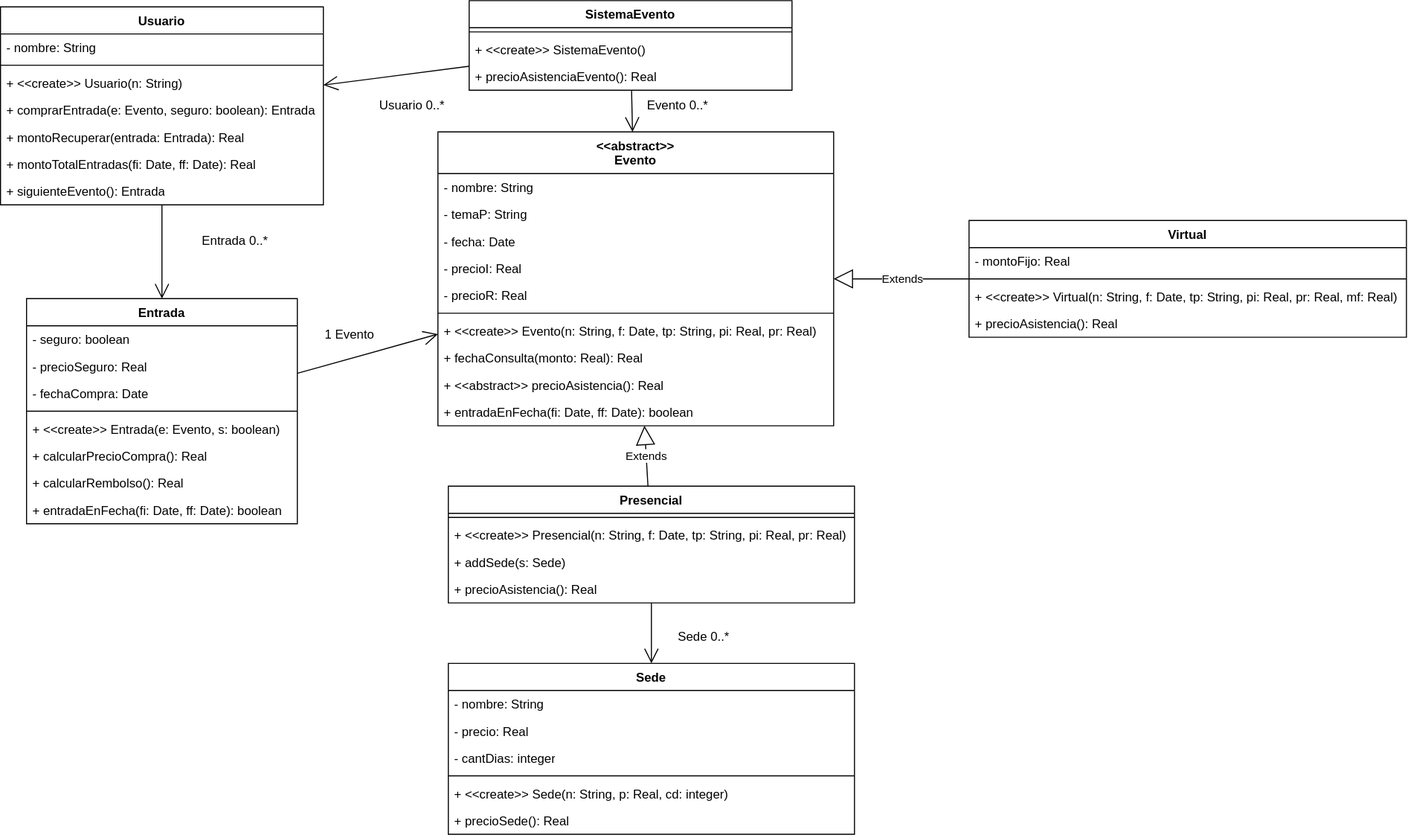
The draw.io diagram Segundo_Año/Segundo_Semestre/OO1/Parciales/ParcialesCursada/PrimerParcialCursada/UML.drawio.svg in LRondinelli04/Licenciatura-en-Sistemas_APU, before a commit. Source tidied: cells renumbered, new cells last; positions are measured from the earlier drawing's top-left corner, leaving out a move shared by most shapes.
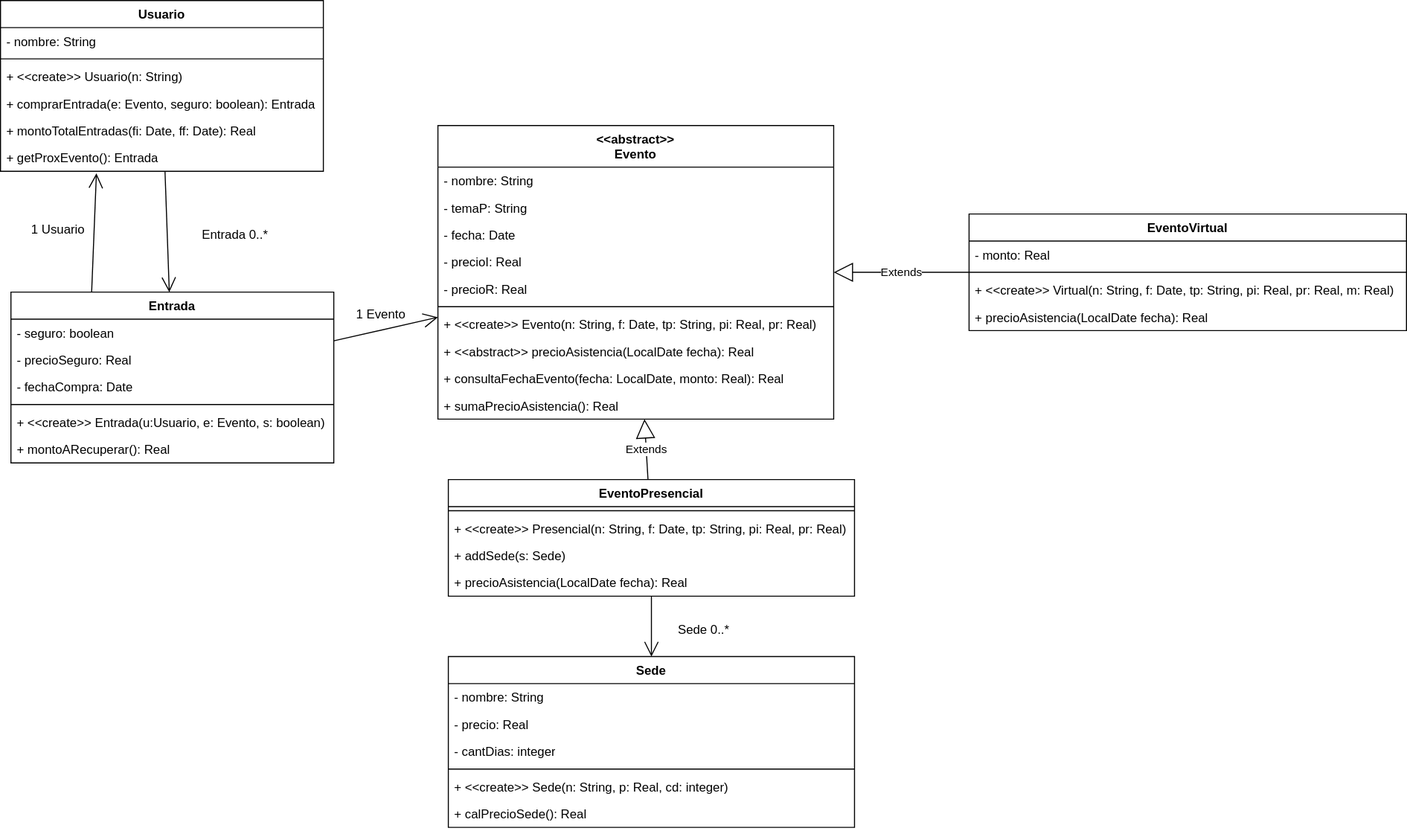
Above is the later version.

The edit, as a diff of the source:
```diff
@@ -2,20 +2,8 @@
   <root>
     <mxCell id="0" />
     <mxCell id="1" parent="0" />
-    <mxCell id="2" value="SistemaEvento" style="swimlane;fontStyle=1;align=center;verticalAlign=top;horizontal=1;startSize=26;whiteSpace=wrap;html=1;" parent="1" vertex="1">
-      <mxGeometry x="450" width="310" height="86" as="geometry" />
-    </mxCell>
-    <mxCell id="3" style="line;strokeWidth=1;fillColor=none;align=left;verticalAlign=middle;spacingTop=-1;spacingLeft=3;spacingRight=3;labelPosition=right;strokeColor=inherit;" parent="2" vertex="1">
-      <mxGeometry y="26" width="310" height="8" as="geometry" />
-    </mxCell>
-    <mxCell id="4" value="+ &amp;lt;&amp;lt;create&amp;gt;&amp;gt; SistemaEvento()" style="text;strokeColor=none;fillColor=none;align=left;verticalAlign=top;spacingLeft=4;spacingRight=4;overflow=hidden;whiteSpace=wrap;html=1;" parent="2" vertex="1">
-      <mxGeometry y="34" width="310" height="26" as="geometry" />
-    </mxCell>
-    <mxCell id="5" value="+ precioAsistenciaEvento(): Real" style="text;strokeColor=none;fillColor=none;align=left;verticalAlign=top;spacingLeft=4;spacingRight=4;overflow=hidden;whiteSpace=wrap;html=1;" parent="2" vertex="1">
-      <mxGeometry y="60" width="310" height="26" as="geometry" />
-    </mxCell>
     <mxCell id="6" value="Usuario" style="swimlane;fontStyle=1;align=center;verticalAlign=top;horizontal=1;startSize=26;whiteSpace=wrap;html=1;" parent="1" vertex="1">
-      <mxGeometry y="6" width="310" height="190" as="geometry" />
+      <mxGeometry y="6" width="310" height="164" as="geometry" />
     </mxCell>
     <mxCell id="7" value="- nombre: String" style="text;strokeColor=none;fillColor=none;align=left;verticalAlign=top;spacingLeft=4;spacingRight=4;overflow=hidden;whiteSpace=wrap;html=1;" parent="6" vertex="1">
       <mxGeometry y="26" width="310" height="26" as="geometry" />
@@ -29,21 +17,12 @@
     <mxCell id="10" value="+ comprarEntrada(e: Evento, seguro: boolean): Entrada" style="text;strokeColor=none;fillColor=none;align=left;verticalAlign=top;spacingLeft=4;spacingRight=4;overflow=hidden;whiteSpace=wrap;html=1;" parent="6" vertex="1">
       <mxGeometry y="86" width="310" height="26" as="geometry" />
     </mxCell>
-    <mxCell id="11" value="+ montoRecuperar(entrada: Entrada): Real" style="text;strokeColor=none;fillColor=none;align=left;verticalAlign=top;spacingLeft=4;spacingRight=4;overflow=hidden;whiteSpace=wrap;html=1;" parent="6" vertex="1">
-      <mxGeometry y="112" width="310" height="26" as="geometry" />
-    </mxCell>
     <mxCell id="12" value="+ montoTotalEntradas(fi: Date, ff: Date): Real" style="text;strokeColor=none;fillColor=none;align=left;verticalAlign=top;spacingLeft=4;spacingRight=4;overflow=hidden;whiteSpace=wrap;html=1;" parent="6" vertex="1">
-      <mxGeometry y="138" width="310" height="26" as="geometry" />
+      <mxGeometry y="112" width="310" height="26" as="geometry" />
     </mxCell>
-    <mxCell id="13" value="+ siguienteEvento(): Entrada" style="text;strokeColor=none;fillColor=none;align=left;verticalAlign=top;spacingLeft=4;spacingRight=4;overflow=hidden;points=[[0,0.5],[1,0.5]];portConstraint=eastwest;whiteSpace=wrap;html=1;" parent="6" vertex="1">
-      <mxGeometry y="164" width="310" height="26" as="geometry" />
+    <mxCell id="13" value="+ getProxEvento(): Entrada" style="text;strokeColor=none;fillColor=none;align=left;verticalAlign=top;spacingLeft=4;spacingRight=4;overflow=hidden;points=[[0,0.5],[1,0.5]];portConstraint=eastwest;whiteSpace=wrap;html=1;" parent="6" vertex="1">
+      <mxGeometry y="138" width="310" height="26" as="geometry" />
     </mxCell>
-    <mxCell id="14" style="endArrow=open;endFill=1;endSize=12;html=1;rounded=0;" parent="1" edge="1" source="2" target="6">
-      <mxGeometry relative="1" as="geometry" />
-    </mxCell>
-    <mxCell id="15" value="Usuario 0..*" style="text;html=1;align=center;verticalAlign=middle;strokeColor=none;fillColor=none;" parent="1" vertex="1">
-      <mxGeometry x="350" y="86" width="90" height="30" as="geometry" />
-    </mxCell>
     <mxCell id="16" style="endArrow=open;endFill=1;endSize=12;html=1;rounded=0;" parent="1" edge="1" source="6" target="18">
       <mxGeometry relative="1" as="geometry" />
     </mxCell>
@@ -51,37 +30,31 @@
       <mxGeometry x="180" y="216" width="90" height="30" as="geometry" />
     </mxCell>
     <mxCell id="18" value="Entrada" style="swimlane;fontStyle=1;align=center;verticalAlign=top;horizontal=1;startSize=26;whiteSpace=wrap;html=1;" parent="1" vertex="1">
-      <mxGeometry x="25" y="286" width="260" height="216" as="geometry" />
+      <mxGeometry x="10" y="286" width="310" height="164" as="geometry" />
     </mxCell>
     <mxCell id="19" value="- seguro: boolean" style="text;strokeColor=none;fillColor=none;align=left;verticalAlign=top;spacingLeft=4;spacingRight=4;overflow=hidden;whiteSpace=wrap;html=1;" parent="18" vertex="1">
-      <mxGeometry y="26" width="260" height="26" as="geometry" />
+      <mxGeometry y="26" width="310" height="26" as="geometry" />
     </mxCell>
     <mxCell id="20" value="- precioSeguro: Real" style="text;strokeColor=none;fillColor=none;align=left;verticalAlign=top;spacingLeft=4;spacingRight=4;overflow=hidden;whiteSpace=wrap;html=1;" parent="18" vertex="1">
-      <mxGeometry y="52" width="260" height="26" as="geometry" />
+      <mxGeometry y="52" width="310" height="26" as="geometry" />
     </mxCell>
     <mxCell id="21" value="- fechaCompra: Date" style="text;strokeColor=none;fillColor=none;align=left;verticalAlign=top;spacingLeft=4;spacingRight=4;overflow=hidden;whiteSpace=wrap;html=1;" parent="18" vertex="1">
-      <mxGeometry y="78" width="260" height="26" as="geometry" />
+      <mxGeometry y="78" width="310" height="26" as="geometry" />
     </mxCell>
     <mxCell id="22" style="line;strokeWidth=1;fillColor=none;align=left;verticalAlign=middle;spacingTop=-1;spacingLeft=3;spacingRight=3;labelPosition=right;strokeColor=inherit;" parent="18" vertex="1">
-      <mxGeometry y="104" width="260" height="8" as="geometry" />
+      <mxGeometry y="104" width="310" height="8" as="geometry" />
     </mxCell>
-    <mxCell id="23" value="+ &amp;lt;&amp;lt;create&amp;gt;&amp;gt; Entrada(e: Evento, s: boolean)" style="text;strokeColor=none;fillColor=none;align=left;verticalAlign=top;spacingLeft=4;spacingRight=4;overflow=hidden;whiteSpace=wrap;html=1;" parent="18" vertex="1">
-      <mxGeometry y="112" width="260" height="26" as="geometry" />
+    <mxCell id="23" value="+ &amp;lt;&amp;lt;create&amp;gt;&amp;gt; Entrada(u:Usuario, e: Evento, s: boolean)" style="text;strokeColor=none;fillColor=none;align=left;verticalAlign=top;spacingLeft=4;spacingRight=4;overflow=hidden;whiteSpace=wrap;html=1;" parent="18" vertex="1">
+      <mxGeometry y="112" width="310" height="26" as="geometry" />
     </mxCell>
-    <mxCell id="24" value="+ calcularPrecioCompra(): Real" style="text;strokeColor=none;fillColor=none;align=left;verticalAlign=top;spacingLeft=4;spacingRight=4;overflow=hidden;whiteSpace=wrap;html=1;" parent="18" vertex="1">
-      <mxGeometry y="138" width="260" height="26" as="geometry" />
-    </mxCell>
-    <mxCell id="25" value="+ calcularRembolso(): Real" style="text;strokeColor=none;fillColor=none;align=left;verticalAlign=top;spacingLeft=4;spacingRight=4;overflow=hidden;whiteSpace=wrap;html=1;" parent="18" vertex="1">
-      <mxGeometry y="164" width="260" height="26" as="geometry" />
-    </mxCell>
-    <mxCell id="26" value="+ entradaEnFecha(fi: Date, ff: Date): boolean" style="text;strokeColor=none;fillColor=none;align=left;verticalAlign=top;spacingLeft=4;spacingRight=4;overflow=hidden;whiteSpace=wrap;html=1;" parent="18" vertex="1">
-      <mxGeometry y="190" width="260" height="26" as="geometry" />
+    <mxCell id="26" value="+ montoARecuperar(): Real" style="text;strokeColor=none;fillColor=none;align=left;verticalAlign=top;spacingLeft=4;spacingRight=4;overflow=hidden;whiteSpace=wrap;html=1;" parent="18" vertex="1">
+      <mxGeometry y="138" width="310" height="26" as="geometry" />
     </mxCell>
     <mxCell id="27" style="endArrow=open;endFill=1;endSize=12;html=1;rounded=0;" parent="1" edge="1" source="18" target="29">
       <mxGeometry relative="1" as="geometry" />
     </mxCell>
     <mxCell id="28" value="1 Evento" style="text;html=1;align=center;verticalAlign=middle;strokeColor=none;fillColor=none;" parent="1" vertex="1">
-      <mxGeometry x="300" y="306" width="70" height="30" as="geometry" />
+      <mxGeometry x="330" y="293" width="70" height="30" as="geometry" />
     </mxCell>
     <mxCell id="29" value="&lt;div&gt;&amp;lt;&amp;lt;abstract&amp;gt;&amp;gt;&lt;/div&gt;Evento" style="swimlane;fontStyle=1;align=center;verticalAlign=top;horizontal=1;startSize=40;whiteSpace=wrap;html=1;" parent="1" vertex="1">
       <mxGeometry x="420" y="126" width="380" height="282" as="geometry" />
@@ -107,25 +80,19 @@
     <mxCell id="36" value="+ &amp;lt;&amp;lt;create&amp;gt;&amp;gt; Evento(n: String, f: Date, tp: String, pi: Real, pr: Real)" style="text;strokeColor=none;fillColor=none;align=left;verticalAlign=top;spacingLeft=4;spacingRight=4;overflow=hidden;whiteSpace=wrap;html=1;" parent="29" vertex="1">
       <mxGeometry y="178" width="380" height="26" as="geometry" />
     </mxCell>
+    <mxCell id="38" value="+ &amp;lt;&amp;lt;abstract&amp;gt;&amp;gt; precioAsistencia(LocalDate fecha): Real" style="text;strokeColor=none;fillColor=none;align=left;verticalAlign=top;spacingLeft=4;spacingRight=4;overflow=hidden;whiteSpace=wrap;html=1;" parent="29" vertex="1">
+      <mxGeometry y="204" width="380" height="26" as="geometry" />
+    </mxCell>
-    <mxCell id="37" value="+ fechaConsulta(monto: Real): Real" style="text;strokeColor=none;fillColor=none;align=left;verticalAlign=top;spacingLeft=4;spacingRight=4;overflow=hidden;whiteSpace=wrap;html=1;" parent="29" vertex="1">
-      <mxGeometry y="204" width="380" height="26" as="geometry" />
+    <mxCell id="37" value="+ consultaFechaEvento(fecha: LocalDate, monto: Real): Real" style="text;strokeColor=none;fillColor=none;align=left;verticalAlign=top;spacingLeft=4;spacingRight=4;overflow=hidden;whiteSpace=wrap;html=1;" parent="29" vertex="1">
+      <mxGeometry y="230" width="380" height="26" as="geometry" />
     </mxCell>
-    <mxCell id="38" value="+ &amp;lt;&amp;lt;abstract&amp;gt;&amp;gt; precioAsistencia(): Real" style="text;strokeColor=none;fillColor=none;align=left;verticalAlign=top;spacingLeft=4;spacingRight=4;overflow=hidden;whiteSpace=wrap;html=1;" parent="29" vertex="1">
-      <mxGeometry y="230" width="380" height="26" as="geometry" />
-    </mxCell>
-    <mxCell id="39" value="+ entradaEnFecha(fi: Date, ff: Date): boolean" style="text;strokeColor=none;fillColor=none;align=left;verticalAlign=top;spacingLeft=4;spacingRight=4;overflow=hidden;whiteSpace=wrap;html=1;" parent="29" vertex="1">
+    <mxCell id="39" value="+ sumaPrecioAsistencia(): Real" style="text;strokeColor=none;fillColor=none;align=left;verticalAlign=top;spacingLeft=4;spacingRight=4;overflow=hidden;whiteSpace=wrap;html=1;" parent="29" vertex="1">
       <mxGeometry y="256" width="380" height="26" as="geometry" />
     </mxCell>
-    <mxCell id="40" style="endArrow=open;endFill=1;endSize=12;html=1;rounded=0;" parent="1" edge="1" source="2" target="29">
-      <mxGeometry relative="1" as="geometry" />
-    </mxCell>
-    <mxCell id="41" value="Evento 0..*" style="text;html=1;align=center;verticalAlign=middle;strokeColor=none;fillColor=none;" parent="1" vertex="1">
-      <mxGeometry x="610" y="86" width="80" height="30" as="geometry" />
-    </mxCell>
     <mxCell id="42" value="Extends" style="endArrow=block;endSize=16;endFill=0;html=1;rounded=0;" parent="1" edge="1" source="43" target="29">
       <mxGeometry relative="1" as="geometry" />
     </mxCell>
-    <mxCell id="43" value="Presencial" style="swimlane;fontStyle=1;align=center;verticalAlign=top;horizontal=1;startSize=26;whiteSpace=wrap;html=1;" parent="1" vertex="1">
+    <mxCell id="43" value="EventoPresencial" style="swimlane;fontStyle=1;align=center;verticalAlign=top;horizontal=1;startSize=26;whiteSpace=wrap;html=1;" parent="1" vertex="1">
       <mxGeometry x="430" y="466" width="390" height="112" as="geometry" />
     </mxCell>
     <mxCell id="44" style="line;strokeWidth=1;fillColor=none;align=left;verticalAlign=middle;spacingTop=-1;spacingLeft=3;spacingRight=3;labelPosition=right;strokeColor=inherit;" parent="43" vertex="1">
@@ -137,22 +104,22 @@
     <mxCell id="46" value="+ addSede(s: Sede)" style="text;strokeColor=none;fillColor=none;align=left;verticalAlign=top;spacingLeft=4;spacingRight=4;overflow=hidden;whiteSpace=wrap;html=1;" parent="43" vertex="1">
       <mxGeometry y="60" width="390" height="26" as="geometry" />
     </mxCell>
-    <mxCell id="47" value="+ precioAsistencia(): Real" style="text;strokeColor=none;fillColor=none;align=left;verticalAlign=top;spacingLeft=4;spacingRight=4;overflow=hidden;whiteSpace=wrap;html=1;" parent="43" vertex="1">
+    <mxCell id="47" value="+ precioAsistencia(LocalDate fecha): Real" style="text;strokeColor=none;fillColor=none;align=left;verticalAlign=top;spacingLeft=4;spacingRight=4;overflow=hidden;whiteSpace=wrap;html=1;" parent="43" vertex="1">
       <mxGeometry y="86" width="390" height="26" as="geometry" />
     </mxCell>
-    <mxCell id="48" value="Virtual" style="swimlane;fontStyle=1;align=center;verticalAlign=top;horizontal=1;startSize=26;whiteSpace=wrap;html=1;" parent="1" vertex="1">
+    <mxCell id="48" value="EventoVirtual" style="swimlane;fontStyle=1;align=center;verticalAlign=top;horizontal=1;startSize=26;whiteSpace=wrap;html=1;" parent="1" vertex="1">
       <mxGeometry x="930" y="211" width="420" height="112" as="geometry" />
     </mxCell>
-    <mxCell id="49" value="- montoFijo: Real" style="text;strokeColor=none;fillColor=none;align=left;verticalAlign=top;spacingLeft=4;spacingRight=4;overflow=hidden;whiteSpace=wrap;html=1;" parent="48" vertex="1">
+    <mxCell id="49" value="- monto: Real" style="text;strokeColor=none;fillColor=none;align=left;verticalAlign=top;spacingLeft=4;spacingRight=4;overflow=hidden;whiteSpace=wrap;html=1;" parent="48" vertex="1">
       <mxGeometry y="26" width="420" height="26" as="geometry" />
     </mxCell>
     <mxCell id="50" style="line;strokeWidth=1;fillColor=none;align=left;verticalAlign=middle;spacingTop=-1;spacingLeft=3;spacingRight=3;labelPosition=right;strokeColor=inherit;" parent="48" vertex="1">
       <mxGeometry y="52" width="420" height="8" as="geometry" />
     </mxCell>
-    <mxCell id="51" value="+ &amp;lt;&amp;lt;create&amp;gt;&amp;gt; Virtual(n: String, f: Date, tp: String, pi: Real, pr: Real, mf: Real)" style="text;strokeColor=none;fillColor=none;align=left;verticalAlign=top;spacingLeft=4;spacingRight=4;overflow=hidden;whiteSpace=wrap;html=1;" parent="48" vertex="1">
+    <mxCell id="51" value="+ &amp;lt;&amp;lt;create&amp;gt;&amp;gt; Virtual(n: String, f: Date, tp: String, pi: Real, pr: Real, m: Real)" style="text;strokeColor=none;fillColor=none;align=left;verticalAlign=top;spacingLeft=4;spacingRight=4;overflow=hidden;whiteSpace=wrap;html=1;" parent="48" vertex="1">
       <mxGeometry y="60" width="420" height="26" as="geometry" />
     </mxCell>
-    <mxCell id="52" value="+ precioAsistencia(): Real" style="text;strokeColor=none;fillColor=none;align=left;verticalAlign=top;spacingLeft=4;spacingRight=4;overflow=hidden;whiteSpace=wrap;html=1;" parent="48" vertex="1">
+    <mxCell id="52" value="+ precioAsistencia(LocalDate fecha): Real" style="text;strokeColor=none;fillColor=none;align=left;verticalAlign=top;spacingLeft=4;spacingRight=4;overflow=hidden;whiteSpace=wrap;html=1;" parent="48" vertex="1">
       <mxGeometry y="86" width="420" height="26" as="geometry" />
     </mxCell>
     <mxCell id="53" value="Extends" style="endArrow=block;endSize=16;endFill=0;html=1;rounded=0;" parent="1" edge="1" source="48" target="29">
@@ -182,8 +149,14 @@
     <mxCell id="61" value="+ &amp;lt;&amp;lt;create&amp;gt;&amp;gt; Sede(n: String, p: Real, cd: integer)" style="text;strokeColor=none;fillColor=none;align=left;verticalAlign=top;spacingLeft=4;spacingRight=4;overflow=hidden;whiteSpace=wrap;html=1;" parent="56" vertex="1">
       <mxGeometry y="112" width="390" height="26" as="geometry" />
     </mxCell>
-    <mxCell id="62" value="+ precioSede(): Real" style="text;strokeColor=none;fillColor=none;align=left;verticalAlign=top;spacingLeft=4;spacingRight=4;overflow=hidden;whiteSpace=wrap;html=1;" parent="56" vertex="1">
+    <mxCell id="62" value="+ calPrecioSede(): Real" style="text;strokeColor=none;fillColor=none;align=left;verticalAlign=top;spacingLeft=4;spacingRight=4;overflow=hidden;whiteSpace=wrap;html=1;" parent="56" vertex="1">
       <mxGeometry y="138" width="390" height="26" as="geometry" />
     </mxCell>
+    <mxCell id="63" value="1 Usuario" style="text;html=1;align=center;verticalAlign=middle;strokeColor=none;fillColor=none;" parent="1" vertex="1">
+      <mxGeometry x="20" y="211" width="70" height="30" as="geometry" />
+    </mxCell>
+    <mxCell id="64" style="endArrow=open;endFill=1;endSize=12;html=1;rounded=0;exitX=0.25;exitY=0;exitDx=0;exitDy=0;entryX=0.297;entryY=1.077;entryDx=0;entryDy=0;entryPerimeter=0;" parent="1" edge="1" source="18" target="13">
+      <mxGeometry relative="1" as="geometry" />
+    </mxCell>
   </root>
 </mxGraphModel>
```
